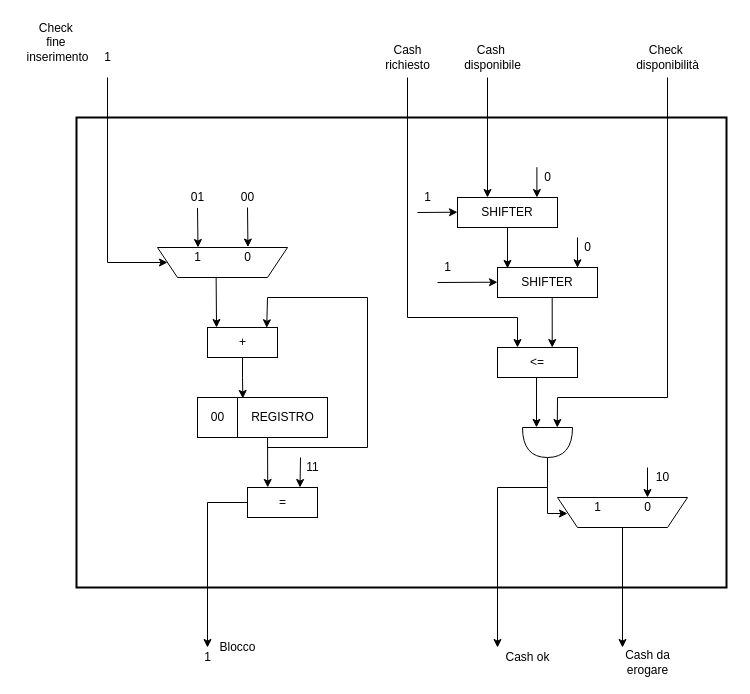
Earlier version of the draw.io diagram DOCS/datapath_disegno/Datapath.drawio (enricobragastini/ElaboratoSIS). Source tidied: cells renumbered, new cells numbered last; positions are measured from the earlier drawing's top-left corner, leaving out a move shared by most shapes. Both pictures are drawn from the tidied source at 100%, with x=0, y=0 at pixel (17, 17).
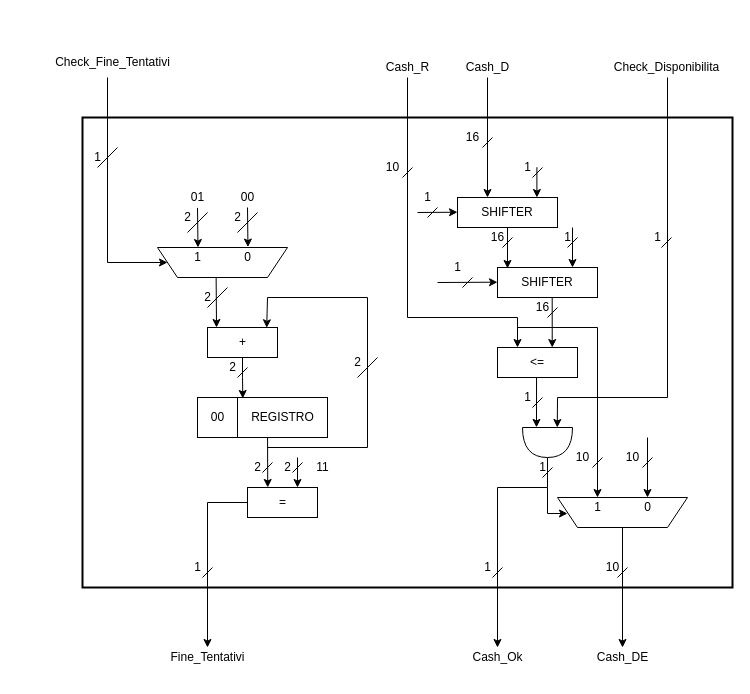
Above is the later version.

Commit message (it also covers changes not shown here):
modifica disegno aggiunta bit

Unchanged cells that the change refers to:
```xml
<mxCell id="8" style="rounded=0;whiteSpace=wrap;html=1;" parent="1" vertex="1">
  <mxGeometry x="230" y="470" width="70" height="30" as="geometry" />
</mxCell>
<mxCell id="14" value="SHIFTER" style="rounded=0;whiteSpace=wrap;html=1;" parent="1" vertex="1">
  <mxGeometry x="480" y="250" width="100" height="30" as="geometry" />
</mxCell>
<mxCell id="16" style="shape=trapezoid;perimeter=trapezoidPerimeter;whiteSpace=wrap;html=1;fixedSize=1;rotation=-180;align=left;" parent="1" vertex="1">
  <mxGeometry x="540" y="480" width="130" height="30" as="geometry" />
</mxCell>
<mxCell id="27" value="1" style="text;html=1;align=center;verticalAlign=middle;points=[];" parent="1" vertex="1">
  <mxGeometry x="570" y="480" width="20" height="20" as="geometry" />
</mxCell>
```

Diff of the diagram source:
```diff
@@
-    <mxCell id="19" style="endArrow=classic;html=1;entryX=0.8;entryY=0.009;entryDx=0;entryDy=0;entryPerimeter=0;" parent="1" edge="1" target="14">
-      <mxGeometry relative="1" as="geometry">
-        <mxPoint x="560" y="220" as="sourcePoint" />
-      </mxGeometry>
-    </mxCell>
@@
     <mxCell id="25" style="rounded=0;whiteSpace=wrap;html=1;perimeterSpacing=2;strokeWidth=2;fillColor=none;imageAspect=1;" parent="1" vertex="1">
-      <mxGeometry x="59" y="100" width="650" height="470" as="geometry" />
+      <mxGeometry x="65" y="100" width="650" height="470" as="geometry" />
     </mxCell>
     <mxCell id="26" style="endArrow=classic;html=1;" parent="1" edge="1">
       <mxGeometry relative="1" as="geometry">
-        <mxPoint x="630" y="450" as="sourcePoint" />
+        <mxPoint x="630" y="420" as="sourcePoint" />
         <mxPoint x="630" y="480" as="targetPoint" />
       </mxGeometry>
     </mxCell>
@@
-    <mxCell id="36" style="endArrow=classic;html=1;entryX=0.75;entryY=0;entryDx=0;entryDy=0;" parent="1" edge="1" target="8">
-      <mxGeometry relative="1" as="geometry">
-        <mxPoint x="283" y="440" as="sourcePoint" />
-      </mxGeometry>
-    </mxCell>
@@
-    <mxCell id="42" value="Check&amp;nbsp;&lt;br&gt;fine&amp;nbsp;&lt;br&gt;inserimento" style="text;html=1;align=center;verticalAlign=middle;" parent="1" vertex="1">
-      <mxGeometry width="80" height="50" as="geometry" />
+    <mxCell id="42" value="Check_Fine_Tentativi" style="text;html=1;align=center;verticalAlign=middle;" parent="1" vertex="1">
+      <mxGeometry x="30" y="35" width="130" height="20" as="geometry" />
     </mxCell>
-    <mxCell id="43" value="1" style="text;html=1;align=center;verticalAlign=middle;" parent="1" vertex="1">
-      <mxGeometry x="80" y="30" width="20" height="20" as="geometry" />
-    </mxCell>
@@
-    <mxCell id="45" value="Blocco" style="text;html=1;align=center;verticalAlign=middle;" parent="1" vertex="1">
-      <mxGeometry x="195" y="620" width="50" height="20" as="geometry" />
+    <mxCell id="45" value="Fine_Tentativi" style="text;html=1;align=center;verticalAlign=middle;" parent="1" vertex="1">
+      <mxGeometry x="145" y="630" width="90" height="20" as="geometry" />
     </mxCell>
-    <mxCell id="46" value="1" style="text;html=1;align=center;verticalAlign=middle;" parent="1" vertex="1">
-      <mxGeometry x="180" y="630" width="20" height="20" as="geometry" />
-    </mxCell>
     <mxCell id="47" value="11" style="text;html=1;align=center;verticalAlign=middle;" parent="1" vertex="1">
-      <mxGeometry x="280" y="440" width="30" height="20" as="geometry" />
+      <mxGeometry x="290" y="440" width="30" height="20" as="geometry" />
     </mxCell>
-    <mxCell id="48" value="10" style="text;html=1;align=center;verticalAlign=middle;" parent="1" vertex="1">
-      <mxGeometry x="630" y="450" width="30" height="20" as="geometry" />
-    </mxCell>
@@
     <mxCell id="52" value="1" style="text;html=1;align=center;verticalAlign=middle;" parent="1" vertex="1">
-      <mxGeometry x="420" y="240" width="20" height="20" as="geometry" />
+      <mxGeometry x="430" y="240" width="20" height="20" as="geometry" />
     </mxCell>
-    <mxCell id="53" value="0" style="text;html=1;align=center;verticalAlign=middle;" parent="1" vertex="1">
-      <mxGeometry x="520" y="150" width="20" height="20" as="geometry" />
-    </mxCell>
-    <mxCell id="54" value="0" style="text;html=1;align=center;verticalAlign=middle;" parent="1" vertex="1">
-      <mxGeometry x="560" y="220" width="20" height="20" as="geometry" />
-    </mxCell>
-    <mxCell id="55" style="endArrow=classic;html=1;exitX=0.5;exitY=0;exitDx=0;exitDy=0;" parent="1" edge="1" source="16">
+    <mxCell id="55" style="endArrow=classic;html=1;exitX=0.5;exitY=0;exitDx=0;exitDy=0;" parent="1" edge="1" source="56">
       <mxGeometry relative="1" as="geometry">
         <mxPoint x="605" y="630" as="targetPoint" />
       </mxGeometry>
     </mxCell>
-    <mxCell id="56" value="Cash da&lt;br&gt;erogare" style="text;html=1;align=center;verticalAlign=middle;points=[];" parent="1" vertex="1">
-      <mxGeometry x="600" y="630" width="60" height="30" as="geometry" />
-    </mxCell>
@@
-    <mxCell id="58" value="Cash ok" style="text;html=1;align=center;verticalAlign=middle;" parent="1" vertex="1">
-      <mxGeometry x="480" y="630" width="60" height="20" as="geometry" />
+    <mxCell id="58" value="Cash_Ok" style="text;html=1;align=center;verticalAlign=middle;" parent="1" vertex="1">
+      <mxGeometry x="445" y="630" width="70" height="20" as="geometry" />
     </mxCell>
@@
-    <mxCell id="60" value="Cash&amp;nbsp;&lt;br&gt;disponibile" style="text;html=1;align=center;verticalAlign=middle;" parent="1" vertex="1">
-      <mxGeometry x="440" y="25" width="70" height="30" as="geometry" />
+    <mxCell id="60" value="Cash_D" style="text;html=1;align=center;verticalAlign=middle;" parent="1" vertex="1">
+      <mxGeometry x="440" y="40" width="60" height="20" as="geometry" />
     </mxCell>
@@
-    <mxCell id="64" value="Cash&lt;br&gt;richiesto" style="text;html=1;align=center;verticalAlign=middle;" parent="1" vertex="1">
-      <mxGeometry x="360" y="25" width="60" height="30" as="geometry" />
+    <mxCell id="64" value="Cash_R" style="text;html=1;align=center;verticalAlign=middle;" parent="1" vertex="1">
+      <mxGeometry x="360" y="40" width="60" height="20" as="geometry" />
     </mxCell>
@@
-    <mxCell id="67" value="Check&amp;nbsp;&lt;br&gt;disponibilità" style="text;html=1;align=center;verticalAlign=middle;" parent="1" vertex="1">
-      <mxGeometry x="610" y="25" width="80" height="30" as="geometry" />
+    <mxCell id="67" value="Check_Disponibilita" style="text;html=1;align=center;verticalAlign=middle;" parent="1" vertex="1">
+      <mxGeometry x="589" y="40" width="120" height="20" as="geometry" />
     </mxCell>
+    <mxCell id="56" value="Cash_DE" style="text;html=1;align=center;verticalAlign=middle;points=[];" parent="1" vertex="1">
+      <mxGeometry x="570" y="630" width="70" height="20" as="geometry" />
+    </mxCell>
+    <mxCell id="68" style="endArrow=classic;html=1;exitX=0.5;exitY=0;exitDx=0;exitDy=0;" parent="1" edge="1" source="16" target="56">
+      <mxGeometry relative="1" as="geometry" />
+    </mxCell>
+    <mxCell id="69" style="endArrow=none;html=1;" parent="1" edge="1">
+      <mxGeometry relative="1" as="geometry">
+        <mxPoint x="80" y="150" as="sourcePoint" />
+        <mxPoint x="100" y="130" as="targetPoint" />
+      </mxGeometry>
+    </mxCell>
+    <mxCell id="70" style="endArrow=none;html=1;" parent="1" edge="1">
+      <mxGeometry relative="1" as="geometry">
+        <mxPoint x="170" y="215" as="sourcePoint" />
+        <mxPoint x="190" y="195" as="targetPoint" />
+      </mxGeometry>
+    </mxCell>
+    <mxCell id="71" style="endArrow=none;html=1;" parent="1" edge="1">
+      <mxGeometry relative="1" as="geometry">
+        <mxPoint x="220" y="215" as="sourcePoint" />
+        <mxPoint x="240" y="195" as="targetPoint" />
+      </mxGeometry>
+    </mxCell>
+    <mxCell id="72" style="endArrow=none;html=1;" parent="1" edge="1">
+      <mxGeometry relative="1" as="geometry">
+        <mxPoint x="245" y="455" as="sourcePoint" />
+        <mxPoint x="255" y="445" as="targetPoint" />
+      </mxGeometry>
+    </mxCell>
+    <mxCell id="73" style="endArrow=none;html=1;" parent="1" edge="1">
+      <mxGeometry relative="1" as="geometry">
+        <mxPoint x="275" y="455" as="sourcePoint" />
+        <mxPoint x="285" y="445" as="targetPoint" />
+        <Array as="points">
+          <mxPoint x="285" y="445" />
+        </Array>
+      </mxGeometry>
+    </mxCell>
+    <mxCell id="74" style="endArrow=classic;html=1;" parent="1" edge="1">
+      <mxGeometry relative="1" as="geometry">
+        <mxPoint x="280" y="440" as="sourcePoint" />
+        <mxPoint x="280" y="470" as="targetPoint" />
+      </mxGeometry>
+    </mxCell>
+    <mxCell id="75" value="2" style="text;html=1;align=center;verticalAlign=middle;" parent="1" vertex="1">
+      <mxGeometry x="230" y="440" width="20" height="20" as="geometry" />
+    </mxCell>
+    <mxCell id="76" value="2" style="text;html=1;align=center;verticalAlign=middle;" parent="1" vertex="1">
+      <mxGeometry x="260" y="440" width="20" height="20" as="geometry" />
+    </mxCell>
+    <mxCell id="77" value="2" style="text;html=1;align=center;verticalAlign=middle;" parent="1" vertex="1">
+      <mxGeometry x="160" y="190" width="20" height="20" as="geometry" />
+    </mxCell>
+    <mxCell id="78" value="2" style="text;html=1;align=center;verticalAlign=middle;" parent="1" vertex="1">
+      <mxGeometry x="210" y="190" width="20" height="20" as="geometry" />
+    </mxCell>
+    <mxCell id="79" value="1" style="text;html=1;align=center;verticalAlign=middle;" parent="1" vertex="1">
+      <mxGeometry x="70" y="130" width="20" height="20" as="geometry" />
+    </mxCell>
+    <mxCell id="80" style="endArrow=none;html=1;" parent="1" edge="1">
+      <mxGeometry relative="1" as="geometry">
+        <mxPoint x="185" y="560" as="sourcePoint" />
+        <mxPoint x="195" y="550" as="targetPoint" />
+      </mxGeometry>
+    </mxCell>
+    <mxCell id="81" value="1" style="text;html=1;align=center;verticalAlign=middle;" parent="1" vertex="1">
+      <mxGeometry x="170" y="540" width="20" height="20" as="geometry" />
+    </mxCell>
+    <mxCell id="82" style="endArrow=none;html=1;" parent="1" edge="1">
+      <mxGeometry relative="1" as="geometry">
+        <mxPoint x="190" y="290" as="sourcePoint" />
+        <mxPoint x="210" y="270" as="targetPoint" />
+      </mxGeometry>
+    </mxCell>
+    <mxCell id="83" style="endArrow=none;html=1;" parent="1" edge="1">
+      <mxGeometry relative="1" as="geometry">
+        <mxPoint x="340" y="360" as="sourcePoint" />
+        <mxPoint x="360" y="340" as="targetPoint" />
+      </mxGeometry>
+    </mxCell>
+    <mxCell id="84" style="endArrow=none;html=1;" parent="1" edge="1">
+      <mxGeometry relative="1" as="geometry">
+        <mxPoint x="220" y="360" as="sourcePoint" />
+        <mxPoint x="230" y="350" as="targetPoint" />
+      </mxGeometry>
+    </mxCell>
+    <mxCell id="85" value="2" style="text;html=1;align=center;verticalAlign=middle;" parent="1" vertex="1">
+      <mxGeometry x="205" y="340" width="20" height="20" as="geometry" />
+    </mxCell>
+    <mxCell id="86" value="2" style="text;html=1;align=center;verticalAlign=middle;" parent="1" vertex="1">
+      <mxGeometry x="180" y="270" width="20" height="20" as="geometry" />
+    </mxCell>
+    <mxCell id="87" value="2" style="text;html=1;align=center;verticalAlign=middle;" parent="1" vertex="1">
+      <mxGeometry x="330" y="335" width="20" height="20" as="geometry" />
+    </mxCell>
+    <mxCell id="88" style="endArrow=none;html=1;" parent="1" edge="1">
+      <mxGeometry relative="1" as="geometry">
+        <mxPoint x="465" y="130" as="sourcePoint" />
+        <mxPoint x="475" y="120" as="targetPoint" />
+      </mxGeometry>
+    </mxCell>
+    <mxCell id="89" style="endArrow=none;html=1;" parent="1" edge="1">
+      <mxGeometry relative="1" as="geometry">
+        <mxPoint x="385" y="160" as="sourcePoint" />
+        <mxPoint x="395" y="150" as="targetPoint" />
+      </mxGeometry>
+    </mxCell>
+    <mxCell id="90" style="endArrow=none;html=1;" parent="1" edge="1">
+      <mxGeometry relative="1" as="geometry">
+        <mxPoint x="644" y="230" as="sourcePoint" />
+        <mxPoint x="654" y="220" as="targetPoint" />
+      </mxGeometry>
+    </mxCell>
+    <mxCell id="91" style="endArrow=none;html=1;" parent="1" edge="1">
+      <mxGeometry relative="1" as="geometry">
+        <mxPoint x="485" y="230" as="sourcePoint" />
+        <mxPoint x="495" y="220" as="targetPoint" />
+      </mxGeometry>
+    </mxCell>
+    <mxCell id="92" style="endArrow=none;html=1;" parent="1" edge="1">
+      <mxGeometry relative="1" as="geometry">
+        <mxPoint x="550" y="230" as="sourcePoint" />
+        <mxPoint x="560" y="220" as="targetPoint" />
+      </mxGeometry>
+    </mxCell>
+    <mxCell id="93" style="endArrow=classic;html=1;entryX=0.75;entryY=0;entryDx=0;entryDy=0;" parent="1" edge="1" target="14">
+      <mxGeometry relative="1" as="geometry">
+        <mxPoint x="555" y="210" as="sourcePoint" />
+      </mxGeometry>
+    </mxCell>
+    <mxCell id="94" style="endArrow=none;html=1;" parent="1" edge="1">
+      <mxGeometry relative="1" as="geometry">
+        <mxPoint x="530" y="300" as="sourcePoint" />
+        <mxPoint x="540" y="290" as="targetPoint" />
+      </mxGeometry>
+    </mxCell>
+    <mxCell id="95" style="endArrow=none;html=1;" parent="1" edge="1">
+      <mxGeometry relative="1" as="geometry">
+        <mxPoint x="515" y="390" as="sourcePoint" />
+        <mxPoint x="525" y="380" as="targetPoint" />
+      </mxGeometry>
+    </mxCell>
+    <mxCell id="96" style="endArrow=none;html=1;" parent="1" edge="1">
+      <mxGeometry relative="1" as="geometry">
+        <mxPoint x="625" y="450" as="sourcePoint" />
+        <mxPoint x="635" y="440" as="targetPoint" />
+      </mxGeometry>
+    </mxCell>
+    <mxCell id="97" style="endArrow=classic;html=1;entryX=0.5;entryY=0;entryDx=0;entryDy=0;entryPerimeter=0;rounded=0;" parent="1" edge="1" target="27">
+      <mxGeometry relative="1" as="geometry">
+        <mxPoint x="500" y="310" as="sourcePoint" />
+        <Array as="points">
+          <mxPoint x="580" y="310" />
+        </Array>
+      </mxGeometry>
+    </mxCell>
+    <mxCell id="98" style="endArrow=none;html=1;" parent="1" edge="1">
+      <mxGeometry relative="1" as="geometry">
+        <mxPoint x="575" y="450" as="sourcePoint" />
+        <mxPoint x="585" y="440" as="targetPoint" />
+      </mxGeometry>
+    </mxCell>
+    <mxCell id="99" style="endArrow=none;html=1;" parent="1" edge="1">
+      <mxGeometry relative="1" as="geometry">
+        <mxPoint x="475" y="560" as="sourcePoint" />
+        <mxPoint x="485" y="550" as="targetPoint" />
+      </mxGeometry>
+    </mxCell>
+    <mxCell id="100" style="endArrow=none;html=1;" parent="1" edge="1">
+      <mxGeometry relative="1" as="geometry">
+        <mxPoint x="600" y="560" as="sourcePoint" />
+        <mxPoint x="610" y="550" as="targetPoint" />
+      </mxGeometry>
+    </mxCell>
+    <mxCell id="101" style="endArrow=none;html=1;" parent="1" edge="1">
+      <mxGeometry relative="1" as="geometry">
+        <mxPoint x="525" y="460" as="sourcePoint" />
+        <mxPoint x="535" y="450" as="targetPoint" />
+      </mxGeometry>
+    </mxCell>
+    <mxCell id="102" value="16" style="text;html=1;align=center;verticalAlign=middle;" parent="1" vertex="1">
+      <mxGeometry x="440" y="110" width="30" height="20" as="geometry" />
+    </mxCell>
+    <mxCell id="103" value="10" style="text;html=1;align=center;verticalAlign=middle;" parent="1" vertex="1">
+      <mxGeometry x="360" y="140" width="30" height="20" as="geometry" />
+    </mxCell>
+    <mxCell id="104" style="endArrow=none;html=1;" parent="1" edge="1">
+      <mxGeometry relative="1" as="geometry">
+        <mxPoint x="515" y="160" as="sourcePoint" />
+        <mxPoint x="525" y="150" as="targetPoint" />
+      </mxGeometry>
+    </mxCell>
+    <mxCell id="105" value="1" style="text;html=1;align=center;verticalAlign=middle;" parent="1" vertex="1">
+      <mxGeometry x="500" y="140" width="20" height="20" as="geometry" />
+    </mxCell>
+    <mxCell id="106" style="endArrow=none;html=1;" parent="1" edge="1">
+      <mxGeometry relative="1" as="geometry">
+        <mxPoint x="410" y="200" as="sourcePoint" />
+        <mxPoint x="420" y="190" as="targetPoint" />
+      </mxGeometry>
+    </mxCell>
+    <mxCell id="107" style="endArrow=none;html=1;" parent="1" edge="1">
+      <mxGeometry relative="1" as="geometry">
+        <mxPoint x="445" y="270" as="sourcePoint" />
+        <mxPoint x="455" y="260" as="targetPoint" />
+      </mxGeometry>
+    </mxCell>
+    <mxCell id="108" value="16" style="text;html=1;align=center;verticalAlign=middle;" parent="1" vertex="1">
+      <mxGeometry x="465" y="210" width="30" height="20" as="geometry" />
+    </mxCell>
+    <mxCell id="109" value="16" style="text;html=1;align=center;verticalAlign=middle;" parent="1" vertex="1">
+      <mxGeometry x="510" y="280" width="30" height="20" as="geometry" />
+    </mxCell>
+    <mxCell id="110" value="1" style="text;html=1;align=center;verticalAlign=middle;" parent="1" vertex="1">
+      <mxGeometry x="540" y="210" width="20" height="20" as="geometry" />
+    </mxCell>
+    <mxCell id="111" value="1" style="text;html=1;align=center;verticalAlign=middle;" parent="1" vertex="1">
+      <mxGeometry x="500" y="370" width="20" height="20" as="geometry" />
+    </mxCell>
+    <mxCell id="112" value="1" style="text;html=1;align=center;verticalAlign=middle;" parent="1" vertex="1">
+      <mxGeometry x="630" y="210" width="20" height="20" as="geometry" />
+    </mxCell>
+    <mxCell id="113" value="10" style="text;html=1;align=center;verticalAlign=middle;" parent="1" vertex="1">
+      <mxGeometry x="550" y="430" width="30" height="20" as="geometry" />
+    </mxCell>
+    <mxCell id="114" value="10" style="text;html=1;align=center;verticalAlign=middle;" parent="1" vertex="1">
+      <mxGeometry x="600" y="430" width="30" height="20" as="geometry" />
+    </mxCell>
+    <mxCell id="115" value="1" style="text;html=1;align=center;verticalAlign=middle;" parent="1" vertex="1">
+      <mxGeometry x="515" y="440" width="20" height="20" as="geometry" />
+    </mxCell>
+    <mxCell id="116" value="1" style="text;html=1;align=center;verticalAlign=middle;" parent="1" vertex="1">
+      <mxGeometry x="460" y="540" width="20" height="20" as="geometry" />
+    </mxCell>
+    <mxCell id="117" value="10" style="text;html=1;align=center;verticalAlign=middle;" parent="1" vertex="1">
+      <mxGeometry x="580" y="540" width="30" height="20" as="geometry" />
+    </mxCell>
```
